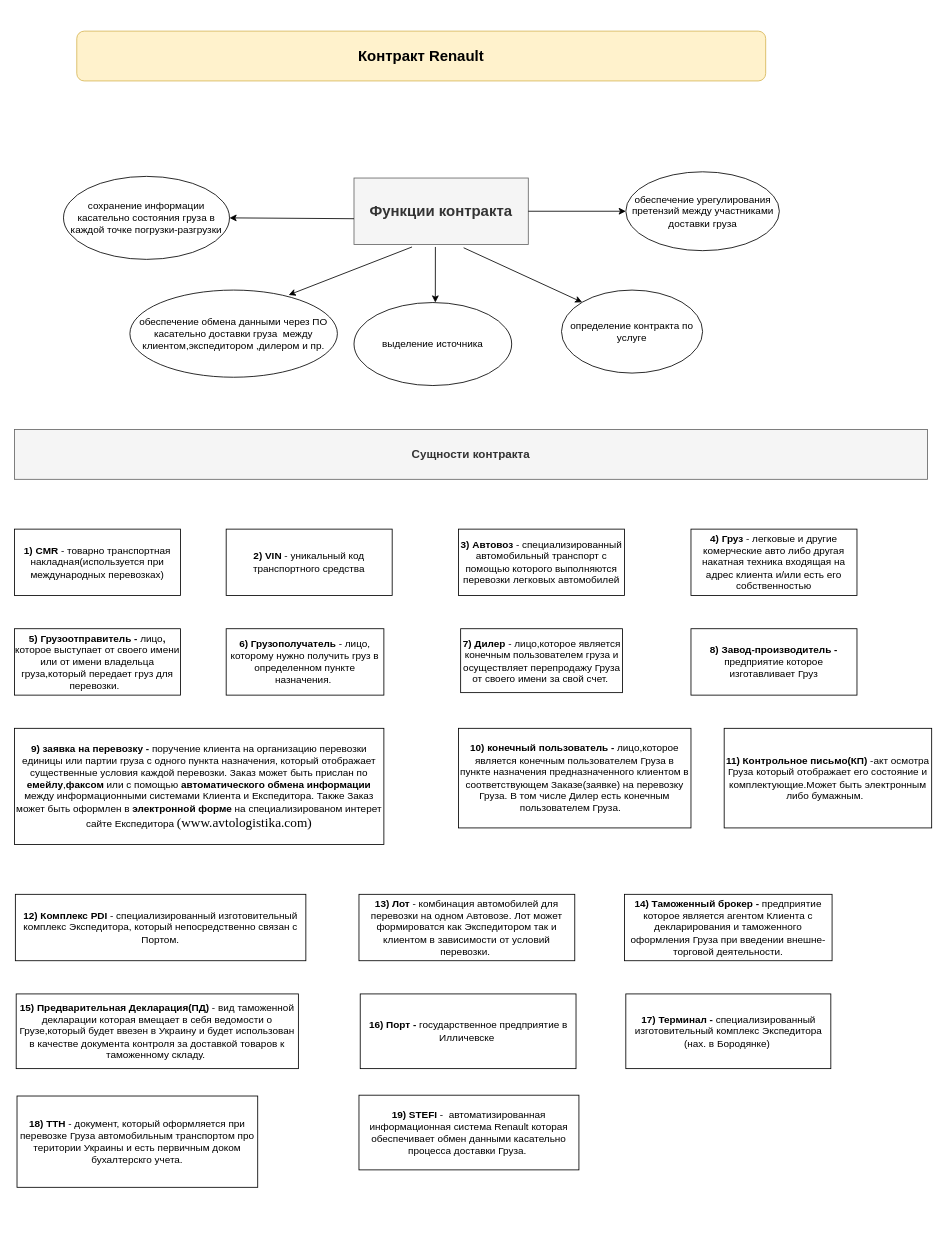
Before: Contract functions.drawio in annastazi02/diagrams, a draw.io diagram. Source tidied: cells renumbered, new cells numbered last; positions are measured from the earlier drawing's top-left corner, leaving out a move shared by most shapes. Both pictures are drawn from the tidied source at 83%, with x=0, y=0 at pixel (14, 31).
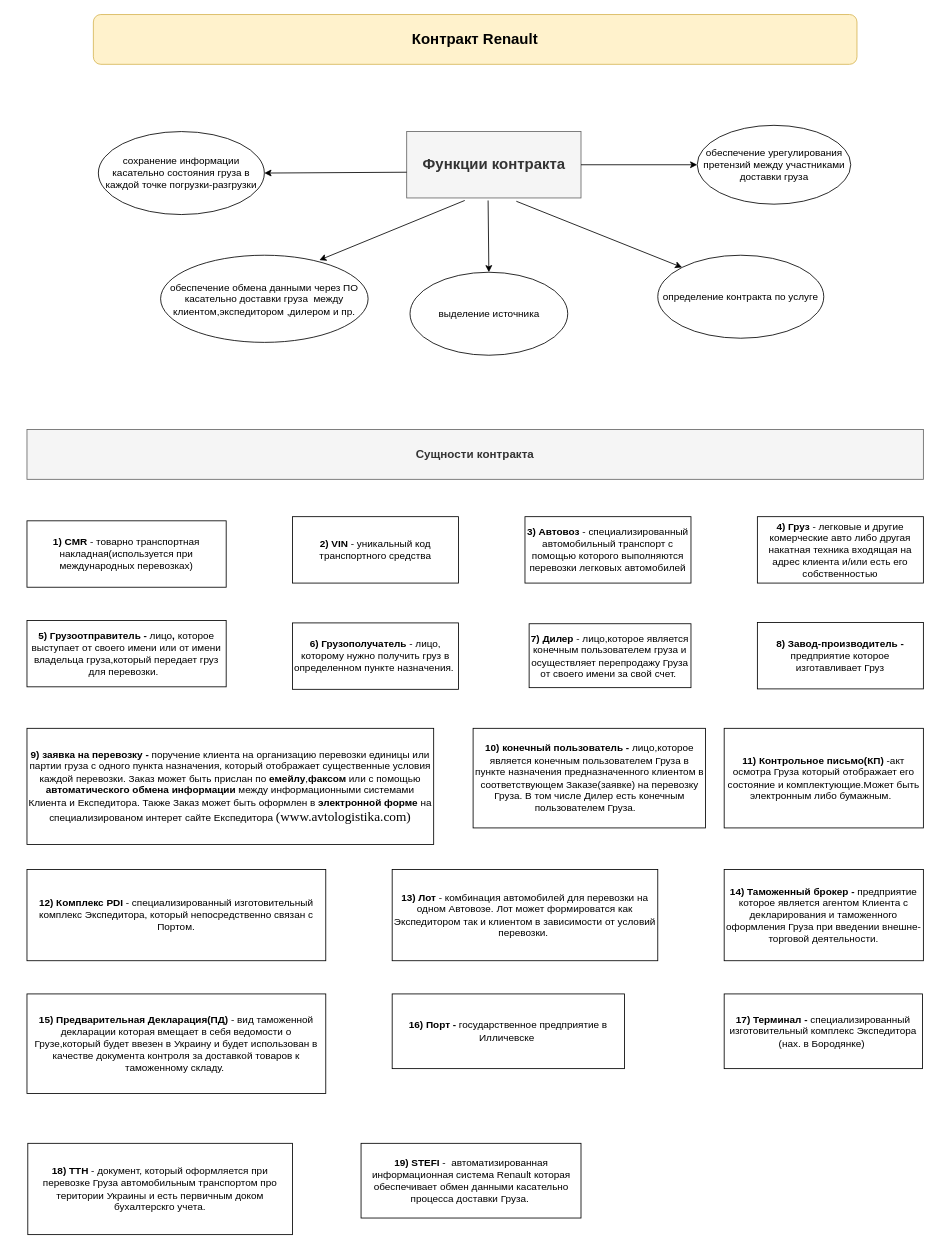
After the change.

Change to the diagram source:
```diff
@@
     <mxCell id="2" value="&lt;font style=&quot;font-size: 18px&quot;&gt;&lt;b&gt;Функции контракта&lt;/b&gt;&lt;/font&gt;" style="rounded=0;whiteSpace=wrap;html=1;fillColor=#f5f5f5;strokeColor=#666666;fontColor=#333333;" parent="1" vertex="1">
-      <mxGeometry x="409" y="177" width="210" height="80" as="geometry" />
+      <mxGeometry x="472.5" y="121" width="210" height="80" as="geometry" />
     </mxCell>
-    <mxCell id="3" style="endArrow=classic;html=1;exitX=0.467;exitY=1.038;exitDx=0;exitDy=0;exitPerimeter=0;" parent="1" edge="1" source="2">
-      <mxGeometry relative="1" as="geometry">
-        <mxPoint x="507" y="327" as="targetPoint" />
-      </mxGeometry>
+    <mxCell id="3" style="endArrow=classic;html=1;exitX=0.467;exitY=1.038;exitDx=0;exitDy=0;exitPerimeter=0;entryX=0.5;entryY=0;entryDx=0;entryDy=0;" parent="1" edge="1" source="2" target="4">
+      <mxGeometry relative="1" as="geometry" />
     </mxCell>
     <mxCell id="4" value="выделение источника" style="ellipse;whiteSpace=wrap;html=1;strokeColor=#000000;strokeWidth=1;" parent="1" vertex="1">
-      <mxGeometry x="409" y="327" width="190" height="100" as="geometry" />
+      <mxGeometry x="476.5" y="290.5" width="190" height="100" as="geometry" />
     </mxCell>
@@
     <mxCell id="6" value="определение контракта по услуге" style="ellipse;whiteSpace=wrap;html=1;" parent="1" vertex="1">
-      <mxGeometry x="659" y="312" width="170" height="100" as="geometry" />
+      <mxGeometry x="775" y="270" width="200" height="100" as="geometry" />
     </mxCell>
@@
     <mxCell id="8" value="обеспечение обмена данными через ПО касательно доставки груза&amp;nbsp; между клиентом,экспедитором ,дилером и пр." style="ellipse;whiteSpace=wrap;html=1;" parent="1" vertex="1">
-      <mxGeometry x="139" y="312" width="250" height="105" as="geometry" />
+      <mxGeometry x="176" y="270" width="250" height="105" as="geometry" />
     </mxCell>
     <mxCell id="9" style="endArrow=classic;html=1;entryX=1;entryY=0.5;entryDx=0;entryDy=0;" parent="1" edge="1" target="11">
       <mxGeometry relative="1" as="geometry">
-        <mxPoint x="409" y="226" as="sourcePoint" />
+        <mxPoint x="472.5" y="170" as="sourcePoint" />
       </mxGeometry>
     </mxCell>
@@
     <mxCell id="11" value="сохранение информации касательно состояния груза в каждой точке погрузки-разгрузки" style="ellipse;whiteSpace=wrap;html=1;" parent="1" vertex="1">
-      <mxGeometry x="59" y="175" width="200" height="100" as="geometry" />
+      <mxGeometry x="101" y="121" width="200" height="100" as="geometry" />
     </mxCell>
     <mxCell id="12" value="обеспечение урегулирования претензий между участниками доставки груза" style="ellipse;whiteSpace=wrap;html=1;" parent="1" vertex="1">
-      <mxGeometry x="736.5" y="169.5" width="185" height="95" as="geometry" />
+      <mxGeometry x="822.5" y="113.5" width="185" height="95" as="geometry" />
     </mxCell>
     <mxCell id="13" value="&lt;b&gt;1) CMR &lt;/b&gt;- товарно транспортная накладная(используется при международных перевозках)" style="rounded=0;whiteSpace=wrap;html=1;" parent="1" vertex="1">
-      <mxGeometry y="600" width="200" height="80" as="geometry" />
+      <mxGeometry x="15" y="590" width="240" height="80" as="geometry" />
     </mxCell>
     <mxCell id="14" value="&lt;b&gt;2) VIN &lt;/b&gt;- уникальный код транспортного средства" style="rounded=0;whiteSpace=wrap;html=1;" parent="1" vertex="1">
-      <mxGeometry x="255" y="600" width="200" height="80" as="geometry" />
+      <mxGeometry x="335" y="585" width="200" height="80" as="geometry" />
     </mxCell>
     <mxCell id="15" value="&lt;b&gt;3) Автовоз &lt;/b&gt;- специализированный автомобильный транспорт с помощью которого выполняются перевозки легковых автомобилей" style="rounded=0;whiteSpace=wrap;html=1;" parent="1" vertex="1">
-      <mxGeometry x="535" y="600" width="200" height="80" as="geometry" />
+      <mxGeometry x="615" y="585" width="200" height="80" as="geometry" />
     </mxCell>
     <mxCell id="16" value="&lt;b&gt;4) Груз &lt;/b&gt;- легковые и другие комерческие авто либо другая накатная техника входящая на адрес клиента и/или есть его собственностью" style="rounded=0;whiteSpace=wrap;html=1;" parent="1" vertex="1">
-      <mxGeometry x="815" y="600" width="200" height="80" as="geometry" />
+      <mxGeometry x="895" y="585" width="200" height="80" as="geometry" />
     </mxCell>
     <mxCell id="17" value="&lt;b&gt;5) Грузоотправитель - &lt;/b&gt;лицо&lt;b&gt;, &lt;/b&gt;которое выступает от своего имени или от имени владельца груза,который передает груз для перевозки.&amp;nbsp;&lt;b&gt;&amp;nbsp;&lt;/b&gt;" style="rounded=0;whiteSpace=wrap;html=1;" parent="1" vertex="1">
-      <mxGeometry y="720" width="200" height="80" as="geometry" />
+      <mxGeometry x="15" y="710" width="240" height="80" as="geometry" />
     </mxCell>
     <mxCell id="18" value="&lt;b&gt;6) Грузополучатель &lt;/b&gt;- лицо, которому нужно получить груз в определенном пункте назначения.&amp;nbsp;" style="rounded=0;whiteSpace=wrap;html=1;" parent="1" vertex="1">
-      <mxGeometry x="255" y="720" width="190" height="80" as="geometry" />
+      <mxGeometry x="335" y="713" width="200" height="80" as="geometry" />
     </mxCell>
     <mxCell id="19" value="&lt;b&gt;7) Дилер&lt;/b&gt; - лицо,которое является конечным пользователем груза и осуществляет перепродажу Груза от своего имени за свой счет.&amp;nbsp;" style="rounded=0;whiteSpace=wrap;html=1;" parent="1" vertex="1">
-      <mxGeometry x="537.5" y="720" width="195" height="77" as="geometry" />
+      <mxGeometry x="620" y="714" width="195" height="77" as="geometry" />
     </mxCell>
     <mxCell id="20" value="&lt;font style=&quot;font-size: 18px&quot;&gt;&lt;b&gt;Контракт Renault&lt;/b&gt;&lt;/font&gt;" style="rounded=1;whiteSpace=wrap;html=1;fillColor=#fff2cc;strokeColor=#d6b656;" parent="1" vertex="1">
-      <mxGeometry x="75" width="830" height="60" as="geometry" />
+      <mxGeometry x="95" y="-20" width="920" height="60" as="geometry" />
     </mxCell>
     <mxCell id="21" value="&lt;b&gt;8) Завод-производитель - &lt;/b&gt;предприятие которое изготавливает Груз" style="rounded=0;whiteSpace=wrap;html=1;" parent="1" vertex="1">
-      <mxGeometry x="815" y="720" width="200" height="80" as="geometry" />
+      <mxGeometry x="895" y="712.5" width="200" height="80" as="geometry" />
     </mxCell>
     <mxCell id="22" value="&lt;b&gt;9) заявка на перевозку - &lt;/b&gt;поручение клиента на организацию перевозки единицы или партии груза с одного пункта назначения, который отображает существенные условия каждой перевозки. Заказ может быть прислан по &lt;b&gt;емейлу&lt;/b&gt;,&lt;b&gt;факсом &lt;/b&gt;или с помощью &lt;b&gt;автоматического обмена информации&lt;/b&gt; между информационными системами Клиента и Експедитора. Также Заказ может быть оформлен в&lt;b&gt; электронной форме&lt;/b&gt; на специализированом интерет сайте Експедитора&amp;nbsp;&lt;span style=&quot;background-color: transparent ; font-family: &amp;#34;times new roman&amp;#34; ; font-size: 16px ; text-align: left&quot;&gt;(www.avtologistika.com)&lt;/span&gt;" style="rounded=0;whiteSpace=wrap;html=1;" parent="1" vertex="1">
-      <mxGeometry y="840" width="445" height="140" as="geometry" />
+      <mxGeometry x="15" y="840" width="490" height="140" as="geometry" />
     </mxCell>
     <mxCell id="23" value="&lt;b&gt;10) конечный пользователь - &lt;/b&gt;лицо,которое является конечным пользователем Груза в пункте назначения предназначенного клиентом в соответствующем Заказе(заявке) на перевозку Груза. В том числе Дилер есть конечным пользователем Груза.&amp;nbsp; &amp;nbsp;" style="rounded=0;whiteSpace=wrap;html=1;" parent="1" vertex="1">
-      <mxGeometry x="535" y="840" width="280" height="120" as="geometry" />
+      <mxGeometry x="552.5" y="840" width="280" height="120" as="geometry" />
     </mxCell>
     <mxCell id="24" value="&lt;b&gt;11) Контрольное письмо(КП)&lt;/b&gt; -акт осмотра Груза который отображает его состояние и комплектующие.Может быть электронным либо бумажным.&amp;nbsp;&amp;nbsp;" style="rounded=0;whiteSpace=wrap;html=1;" parent="1" vertex="1">
-      <mxGeometry x="855" y="840" width="250" height="120" as="geometry" />
+      <mxGeometry x="855" y="840" width="240" height="120" as="geometry" />
     </mxCell>
     <mxCell id="25" value="&lt;b&gt;12) Комплекс PDI &lt;/b&gt;- специализированный изготовительный комплекс Экспедитора, который непосредственно связан с Портом." style="rounded=0;whiteSpace=wrap;html=1;" parent="1" vertex="1">
-      <mxGeometry x="1" y="1040" width="350" height="80" as="geometry" />
+      <mxGeometry x="15" y="1010" width="360" height="110" as="geometry" />
     </mxCell>
     <mxCell id="26" value="&lt;b&gt;13) Лот&lt;/b&gt; - комбинация автомобилей для перевозки на одном Автовозе. Лот может формироватся как Экспедитором так и клиентом в зависимости от условий перевозки.&amp;nbsp;" style="rounded=0;whiteSpace=wrap;html=1;" parent="1" vertex="1">
-      <mxGeometry x="415" y="1040" width="260" height="80" as="geometry" />
+      <mxGeometry x="455" y="1010" width="320" height="110" as="geometry" />
     </mxCell>
     <mxCell id="27" value="&lt;b&gt;14) Таможенный брокер - &lt;/b&gt;предприятие которое является агентом Клиента с декларирования и таможенного оформления Груза при введении внешне-торговой деятельности." style="rounded=0;whiteSpace=wrap;html=1;" parent="1" vertex="1">
-      <mxGeometry x="735" y="1040" width="250" height="80" as="geometry" />
+      <mxGeometry x="855" y="1010" width="240" height="110" as="geometry" />
     </mxCell>
     <mxCell id="28" value="&lt;b&gt;15) Предварительная Декларация(ПД) &lt;/b&gt;-&lt;b&gt;&amp;nbsp;&lt;/b&gt;вид таможенной декларации которая вмещает в себя ведомости о Грузе,который будет ввезен в Украину и будет использован в качестве документа контроля за доставкой товаров к таможенному складу.&amp;nbsp;" style="rounded=0;whiteSpace=wrap;html=1;" parent="1" vertex="1">
-      <mxGeometry x="2" y="1160" width="340" height="90" as="geometry" />
+      <mxGeometry x="15" y="1160" width="360" height="120" as="geometry" />
     </mxCell>
     <mxCell id="29" value="&lt;b&gt;16) Порт - &lt;/b&gt;государственное предприятие в Илличевске&amp;nbsp;" style="rounded=0;whiteSpace=wrap;html=1;" parent="1" vertex="1">
-      <mxGeometry x="416.5" y="1160" width="260" height="90" as="geometry" />
+      <mxGeometry x="455" y="1160" width="280" height="90" as="geometry" />
     </mxCell>
     <mxCell id="30" value="&lt;b&gt;17) Терминал - &lt;/b&gt;специализированный изготовительный комплекс Экспедитора (нах. в Бородянке)&amp;nbsp;" style="rounded=0;whiteSpace=wrap;html=1;" parent="1" vertex="1">
-      <mxGeometry x="736.5" y="1160" width="247" height="90" as="geometry" />
+      <mxGeometry x="855" y="1160" width="239" height="90" as="geometry" />
     </mxCell>
     <mxCell id="31" value="&lt;b&gt;18) ТТН &lt;/b&gt;- документ, который оформляется при перевозке Груза автомобильным транспортом про територии Украины и есть первичным доком бухалтерскго учета." style="rounded=0;whiteSpace=wrap;html=1;" parent="1" vertex="1">
-      <mxGeometry x="3" y="1283" width="290" height="110" as="geometry" />
+      <mxGeometry x="16" y="1340" width="319" height="110" as="geometry" />
     </mxCell>
     <mxCell id="32" value="&lt;b&gt;19) STEFI &lt;/b&gt;-&amp;nbsp; автоматизированная информационная система Renault которая обеспечивает обмен данными касательно процесса доставки Груза.&amp;nbsp;" style="rounded=0;whiteSpace=wrap;html=1;" parent="1" vertex="1">
-      <mxGeometry x="415" y="1282" width="265" height="90" as="geometry" />
+      <mxGeometry x="417.5" y="1340" width="265" height="90" as="geometry" />
     </mxCell>
     <mxCell id="33" value="&lt;b style=&quot;font-size: 14px ; white-space: normal&quot;&gt;Сущности контракта&lt;/b&gt;" style="rounded=0;whiteSpace=wrap;html=1;fillColor=#f5f5f5;strokeColor=#666666;fontColor=#333333;" parent="1" vertex="1">
-      <mxGeometry y="480" width="1100" height="60" as="geometry" />
+      <mxGeometry x="15" y="480" width="1080" height="60" as="geometry" />
     </mxCell>
```
